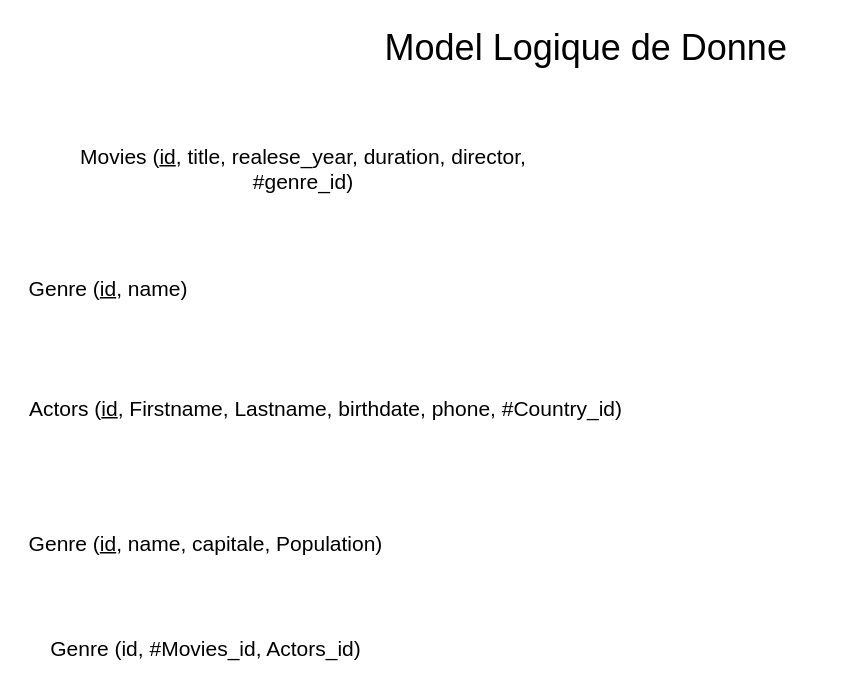
HenriRenri/SAYNA-CULTUREG-PROJET1 keeps this draw.io diagram as page "Page-2" (2 of 3) of Premier_diagrame.drawio. Above is the earlier version. Source tidied: cells renumbered, new cells numbered last; positions are measured from the earlier drawing's top-left corner, leaving out a move shared by most shapes. Both pictures are drawn from the tidied source at 150%, with x=0, y=0 at pixel (26, 26).
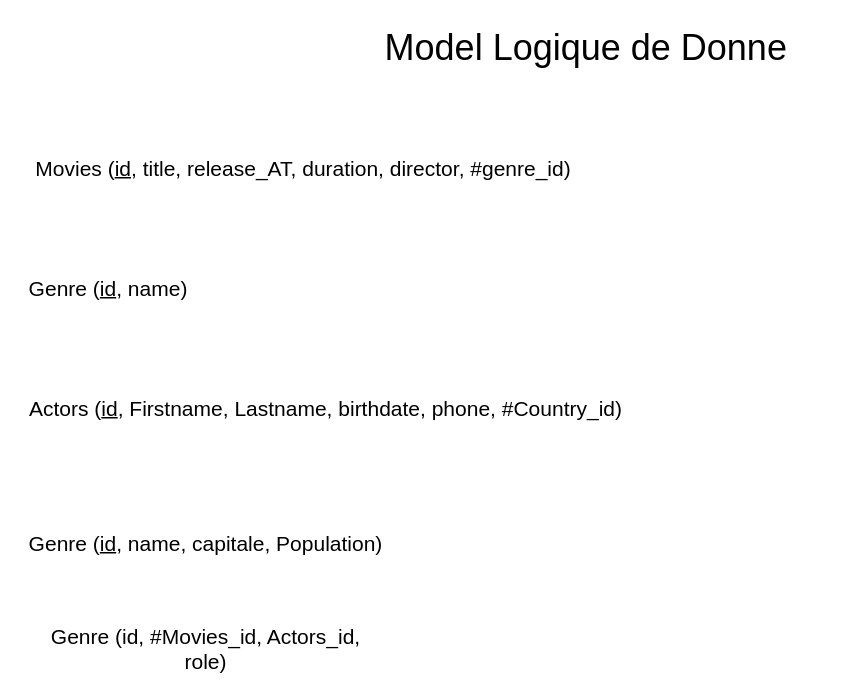
The same diagram, later.

The edit, as a diff of the source:
```diff
@@
 <mxGraphModel>
   <root>
     <mxCell id="0" />
     <mxCell id="1" parent="0" />
     <mxCell id="2" value="&lt;font style=&quot;font-size: 24px;&quot;&gt;Model Logique de Donne&lt;/font&gt;" style="text;html=1;strokeColor=none;fillColor=none;align=center;verticalAlign=middle;whiteSpace=wrap;rounded=0;" parent="1" vertex="1">
       <mxGeometry x="218" width="311" height="30" as="geometry" />
     </mxCell>
-    <mxCell id="3" value="&lt;font style=&quot;font-size: 14px;&quot;&gt;Movies (&lt;u&gt;id&lt;/u&gt;, title, realese_year, duration, director, #genre_id)&lt;/font&gt;" style="text;html=1;strokeColor=none;fillColor=none;align=center;verticalAlign=middle;whiteSpace=wrap;rounded=0;" parent="1" vertex="1">
+    <mxCell id="3" value="&lt;font style=&quot;font-size: 14px;&quot;&gt;Movies (&lt;u&gt;id&lt;/u&gt;, title, release_AT, duration, director, #genre_id)&lt;/font&gt;" style="text;html=1;strokeColor=none;fillColor=none;align=center;verticalAlign=middle;whiteSpace=wrap;rounded=0;" parent="1" vertex="1">
       <mxGeometry y="80" width="370" height="30" as="geometry" />
     </mxCell>
     <mxCell id="4" value="&lt;font style=&quot;font-size: 14px;&quot;&gt;Genre (&lt;u&gt;id&lt;/u&gt;, name)&lt;/font&gt;" style="text;html=1;strokeColor=none;fillColor=none;align=center;verticalAlign=middle;whiteSpace=wrap;rounded=0;" parent="1" vertex="1">
       <mxGeometry y="160" width="110" height="30" as="geometry" />
     </mxCell>
     <mxCell id="5" value="&lt;font style=&quot;font-size: 14px;&quot;&gt;Actors (&lt;u&gt;id&lt;/u&gt;, Firstname, Lastname, birthdate, phone, #Country_id)&lt;/font&gt;" style="text;html=1;strokeColor=none;fillColor=none;align=center;verticalAlign=middle;whiteSpace=wrap;rounded=0;" parent="1" vertex="1">
       <mxGeometry y="240" width="400" height="30" as="geometry" />
     </mxCell>
     <mxCell id="6" value="&lt;font style=&quot;font-size: 14px;&quot;&gt;Genre (&lt;u&gt;id&lt;/u&gt;, name, capitale, Population)&lt;/font&gt;" style="text;html=1;strokeColor=none;fillColor=none;align=center;verticalAlign=middle;whiteSpace=wrap;rounded=0;" parent="1" vertex="1">
       <mxGeometry y="330" width="240" height="30" as="geometry" />
     </mxCell>
-    <mxCell id="7" value="&lt;font style=&quot;font-size: 14px;&quot;&gt;Genre (id, #Movies_id, Actors_id)&lt;/font&gt;" style="text;html=1;strokeColor=none;fillColor=none;align=center;verticalAlign=middle;whiteSpace=wrap;rounded=0;" parent="1" vertex="1">
+    <mxCell id="7" value="&lt;font style=&quot;font-size: 14px;&quot;&gt;Genre (id, #Movies_id, Actors_id, role)&lt;/font&gt;" style="text;html=1;strokeColor=none;fillColor=none;align=center;verticalAlign=middle;whiteSpace=wrap;rounded=0;" parent="1" vertex="1">
       <mxGeometry y="400" width="240" height="30" as="geometry" />
     </mxCell>
   </root>
 </mxGraphModel>
```
